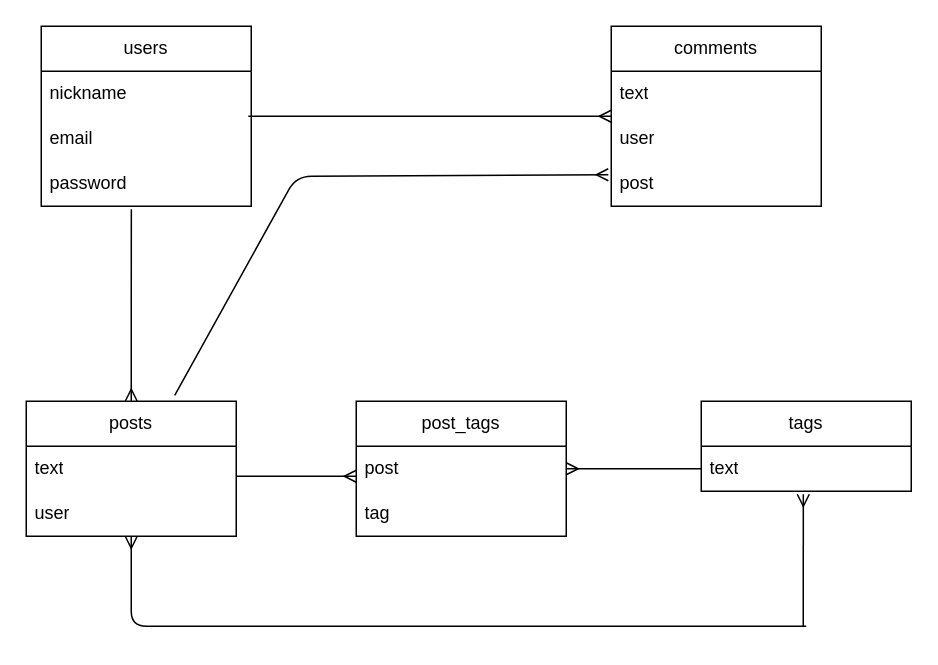
Before: er.dio in 1997722/tenue, a draw.io diagram. Source tidied: cells renumbered, new cells numbered last; positions are measured from the earlier drawing's top-left corner, leaving out a move shared by most shapes. Both pictures are drawn from the tidied source at 150%, with x=0, y=0 at pixel (26, 26).
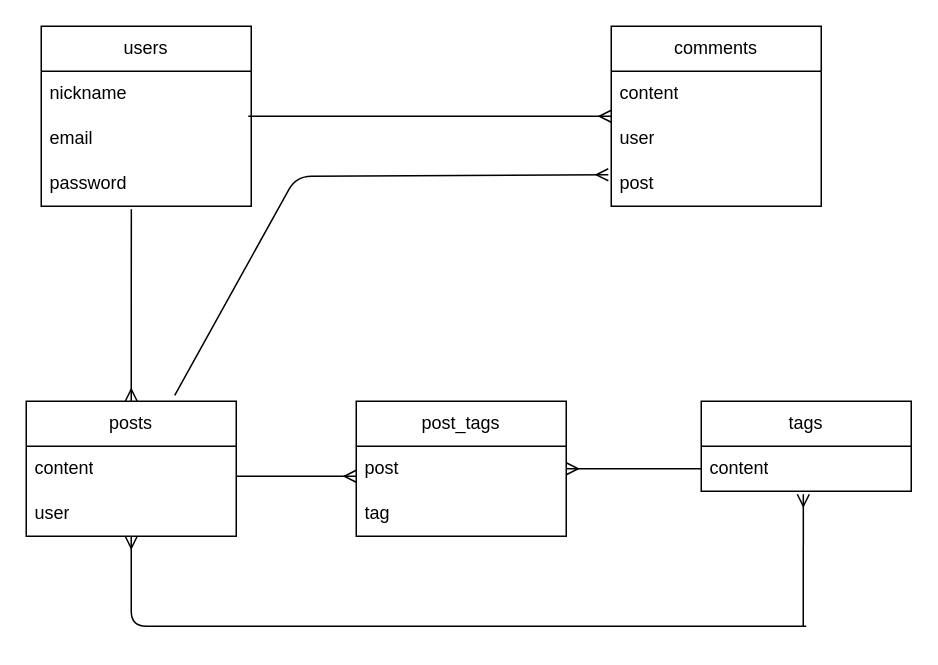
After the change.

The change refers to these unchanged cells:
```xml
<mxCell id="6" value="comments" style="swimlane;fontStyle=0;horizontal=1;startSize=30;whiteSpace=wrap;html=1;" parent="1" vertex="1">
  <mxGeometry x="390" width="140" height="120" as="geometry" />
</mxCell>
<mxCell id="10" value="posts" style="swimlane;fontStyle=0;horizontal=1;startSize=30;whiteSpace=wrap;html=1;" parent="1" vertex="1">
  <mxGeometry y="250" width="140" height="90" as="geometry" />
</mxCell>
<mxCell id="16" value="tags" style="swimlane;fontStyle=0;horizontal=1;startSize=30;whiteSpace=wrap;html=1;" parent="1" vertex="1">
  <mxGeometry x="450" y="250" width="140" height="60" as="geometry" />
</mxCell>
```

What changed in the source:
```diff
@@
-    <mxCell id="7" value="text" style="text;strokeColor=none;fillColor=none;align=left;verticalAlign=middle;spacingLeft=4;spacingRight=4;overflow=hidden;whiteSpace=wrap;html=1;" parent="6" vertex="1">
+    <mxCell id="7" value="content" style="text;strokeColor=none;fillColor=none;align=left;verticalAlign=middle;spacingLeft=4;spacingRight=4;overflow=hidden;whiteSpace=wrap;html=1;" parent="6" vertex="1">
       <mxGeometry y="30" width="140" height="30" as="geometry" />
     </mxCell>
@@
-    <mxCell id="11" value="text" style="text;strokeColor=none;fillColor=none;align=left;verticalAlign=middle;spacingLeft=4;spacingRight=4;overflow=hidden;whiteSpace=wrap;html=1;" parent="10" vertex="1">
+    <mxCell id="11" value="content" style="text;strokeColor=none;fillColor=none;align=left;verticalAlign=middle;spacingLeft=4;spacingRight=4;overflow=hidden;whiteSpace=wrap;html=1;" parent="10" vertex="1">
       <mxGeometry y="30" width="140" height="30" as="geometry" />
     </mxCell>
@@
-    <mxCell id="17" value="text" style="text;strokeColor=none;fillColor=none;align=left;verticalAlign=middle;spacingLeft=4;spacingRight=4;overflow=hidden;points=[[0,0.5],[1,0.5]];portConstraint=eastwest;whiteSpace=wrap;html=1;" parent="16" vertex="1">
+    <mxCell id="17" value="content" style="text;strokeColor=none;fillColor=none;align=left;verticalAlign=middle;spacingLeft=4;spacingRight=4;overflow=hidden;points=[[0,0.5],[1,0.5]];portConstraint=eastwest;whiteSpace=wrap;html=1;" parent="16" vertex="1">
       <mxGeometry y="30" width="140" height="30" as="geometry" />
     </mxCell>
```
